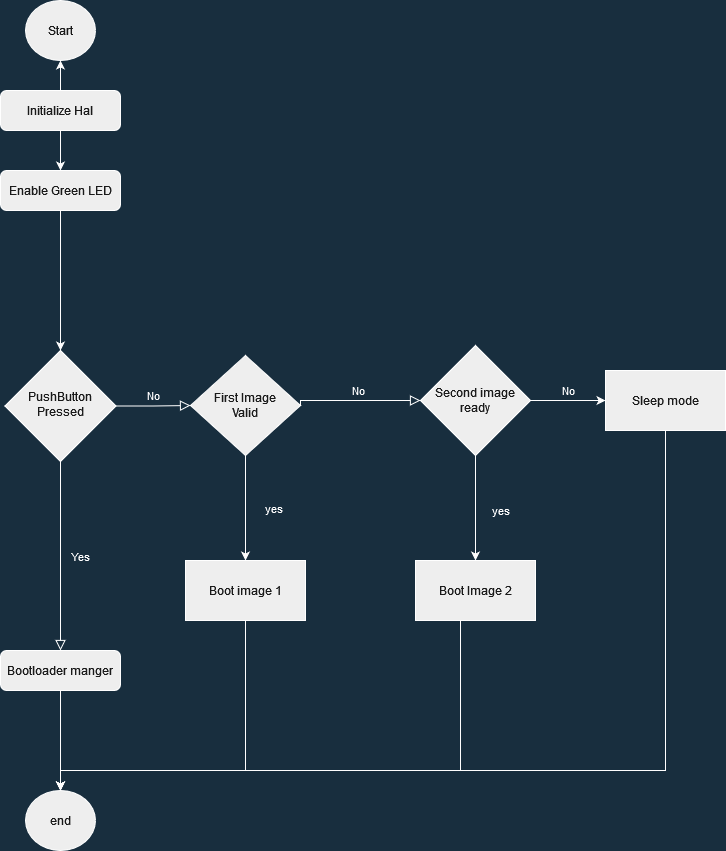
Before: imgs/Bootloader-manger-flowchart.png, a diagram exported from draw.io (ahmedessamwasfy/Custom-stm32f4-bootloader). Source tidied: cells renumbered, new cells last; positions are measured from the earlier drawing's top-left corner, leaving out a move shared by most shapes.
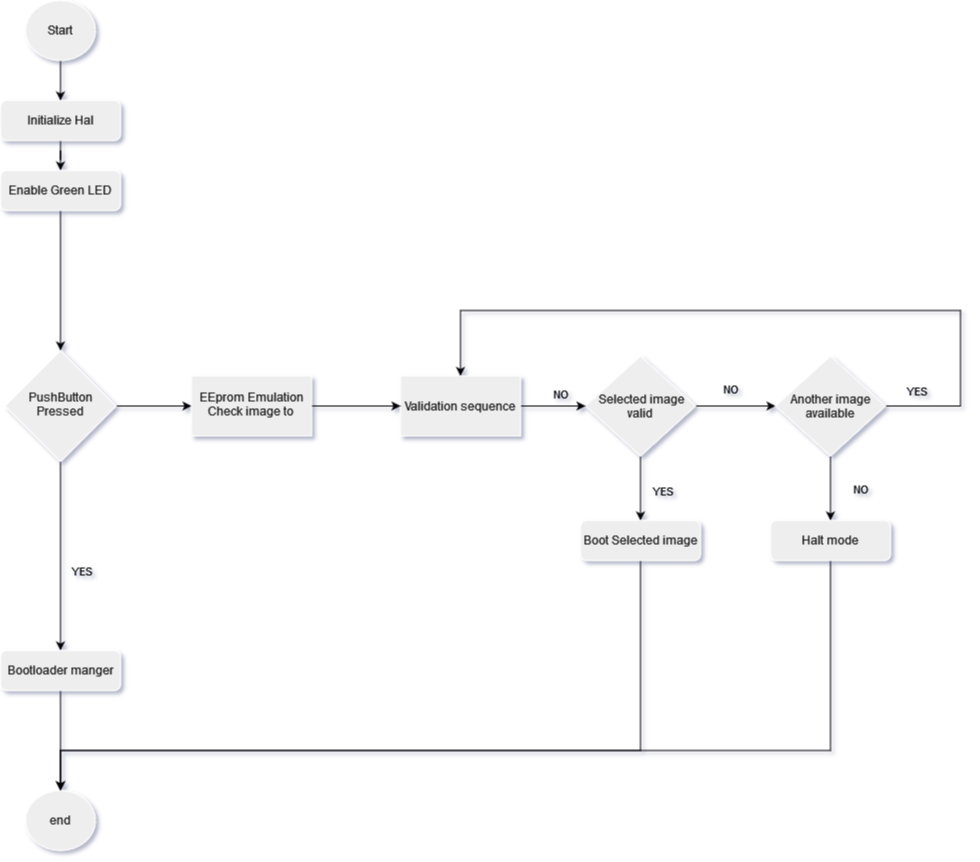
After the change.

The edit, as a diff of the source:
```diff
@@ -1,37 +1,42 @@
-<mxGraphModel background="#182E3E">
+<mxGraphModel background="#FFFFFF" shadow="1">
   <root>
     <mxCell id="0" />
     <mxCell id="1" parent="0" />
-    <mxCell id="2" style="edgeStyle=orthogonalEdgeStyle;rounded=0;jettySize=auto;html=1;strokeColor=#FFFFFF;fontColor=#FFFFFF;labelBackgroundColor=#182E3E;" parent="1" edge="1" source="4" target="10">
-      <mxGeometry relative="1" as="geometry" />
-    </mxCell>
-    <mxCell id="3" style="edgeStyle=orthogonalEdgeStyle;rounded=0;jettySize=auto;html=1;strokeColor=#FFFFFF;fontColor=#FFFFFF;labelBackgroundColor=#182E3E;" parent="1" edge="1" source="4" target="12">
+    <mxCell id="3" style="edgeStyle=orthogonalEdgeStyle;rounded=0;jettySize=auto;html=1;entryX=0.5;entryY=0;entryDx=0;entryDy=0;labelBackgroundColor=none;fontColor=#000000;" parent="1" edge="1" source="4" target="12">
       <mxGeometry relative="1" as="geometry" />
     </mxCell>
     <mxCell id="4" value="Initialize Hal " style="rounded=1;whiteSpace=wrap;html=1;fontSize=12;glass=0;strokeWidth=1;shadow=0;fillColor=#EEEEEE;strokeColor=#FFFFFF;fontColor=#1A1A1A;" parent="1" vertex="1">
-      <mxGeometry y="90" width="120" height="40" as="geometry" />
+      <mxGeometry y="100" width="120" height="40" as="geometry" />
     </mxCell>
+    <mxCell id="27" style="edgeStyle=orthogonalEdgeStyle;rounded=0;jettySize=auto;html=1;labelBackgroundColor=none;" parent="1" edge="1" source="7" target="35">
+      <mxGeometry relative="1" as="geometry" />
+    </mxCell>
-    <mxCell id="5" value="Yes" style="rounded=0;html=1;jettySize=auto;fontSize=11;endArrow=block;endFill=0;endSize=8;strokeWidth=1;shadow=0;labelBackgroundColor=none;edgeStyle=orthogonalEdgeStyle;entryX=0.5;entryY=0;entryDx=0;entryDy=0;strokeColor=#FFFFFF;fontColor=#FFFFFF;" parent="1" edge="1" source="7" target="9">
-      <mxGeometry y="20" relative="1" as="geometry" />
+    <mxCell id="5" style="edgeStyle=orthogonalEdgeStyle;rounded=0;jettySize=auto;html=1;entryX=0.5;entryY=0;entryDx=0;entryDy=0;labelBackgroundColor=none;fontColor=#000000;" parent="1" edge="1" source="7" target="9">
+      <mxGeometry relative="1" as="geometry" />
     </mxCell>
-    <mxCell id="6" value="No" style="edgeStyle=orthogonalEdgeStyle;rounded=0;html=1;jettySize=auto;fontSize=11;endArrow=block;endFill=0;endSize=8;strokeWidth=1;shadow=0;labelBackgroundColor=none;entryX=0;entryY=0.5;entryDx=0;entryDy=0;strokeColor=#FFFFFF;fontColor=#FFFFFF;" parent="1" edge="1" source="7" target="15">
-      <mxGeometry y="10" relative="1" as="geometry" />
-    </mxCell>
+    <mxCell id="28" value="&lt;div&gt;YES&lt;/div&gt;" style="edgeLabel;html=1;align=center;verticalAlign=middle;fontColor=#000000;rotation=0;labelBackgroundColor=none;" parent="5" vertex="1">
+      <mxGeometry x="-0.14" y="3" relative="1" as="geometry">
+        <mxPoint x="17" y="28" as="offset" />
+      </mxGeometry>
+    </mxCell>
     <mxCell id="7" value="&lt;div&gt;PushButton &lt;br&gt;&lt;/div&gt;&lt;div&gt;Pressed&lt;br&gt;&lt;/div&gt;" style="rhombus;whiteSpace=wrap;html=1;shadow=0;fontFamily=Helvetica;fontSize=12;align=center;strokeWidth=1;spacing=6;spacingTop=-4;fillColor=#EEEEEE;strokeColor=#FFFFFF;fontColor=#1A1A1A;" parent="1" vertex="1">
       <mxGeometry x="4.5" y="350" width="111" height="111" as="geometry" />
     </mxCell>
-    <mxCell id="8" style="edgeStyle=orthogonalEdgeStyle;rounded=0;jettySize=auto;html=1;align=left;strokeColor=#FFFFFF;fontColor=#FFFFFF;labelBackgroundColor=#182E3E;" parent="1" edge="1" source="9">
-      <mxGeometry relative="1" as="geometry">
-        <mxPoint x="60" y="790" as="targetPoint" />
-      </mxGeometry>
-    </mxCell>
+    <mxCell id="29" style="edgeStyle=orthogonalEdgeStyle;rounded=0;jettySize=auto;html=1;labelBackgroundColor=none;fontColor=#000000;" parent="1" edge="1" source="9">
+      <mxGeometry relative="1" as="geometry">
+        <mxPoint x="60" y="790" as="targetPoint" />
+      </mxGeometry>
+    </mxCell>
     <mxCell id="9" value="Bootloader manger" style="rounded=1;whiteSpace=wrap;html=1;fontSize=12;glass=0;strokeWidth=1;shadow=0;fillColor=#EEEEEE;strokeColor=#FFFFFF;fontColor=#1A1A1A;" parent="1" vertex="1">
       <mxGeometry y="650" width="120" height="40" as="geometry" />
     </mxCell>
+    <mxCell id="30" style="edgeStyle=orthogonalEdgeStyle;rounded=0;jettySize=auto;html=1;entryX=0.5;entryY=0;entryDx=0;entryDy=0;labelBackgroundColor=none;fontColor=#000000;" parent="1" edge="1" source="10" target="4">
+      <mxGeometry relative="1" as="geometry" />
+    </mxCell>
     <mxCell id="10" value="Start" style="ellipse;whiteSpace=wrap;html=1;rounded=1;shadow=0;strokeWidth=1;glass=0;fillColor=#EEEEEE;strokeColor=#FFFFFF;fontColor=#1A1A1A;" parent="1" vertex="1">
       <mxGeometry x="25" width="70" height="60" as="geometry" />
     </mxCell>
-    <mxCell id="11" style="edgeStyle=orthogonalEdgeStyle;rounded=0;jettySize=auto;html=1;strokeColor=#FFFFFF;fontColor=#FFFFFF;labelBackgroundColor=#182E3E;" parent="1" edge="1" source="12" target="7">
+    <mxCell id="11" style="edgeStyle=orthogonalEdgeStyle;rounded=0;jettySize=auto;html=1;entryX=0.5;entryY=0;entryDx=0;entryDy=0;labelBackgroundColor=none;fontColor=#000000;" parent="1" edge="1" source="12" target="7">
       <mxGeometry relative="1" as="geometry" />
     </mxCell>
     <mxCell id="12" value="Enable Green LED" style="whiteSpace=wrap;html=1;rounded=1;shadow=0;strokeWidth=1;glass=0;fillColor=#EEEEEE;strokeColor=#FFFFFF;fontColor=#1A1A1A;" parent="1" vertex="1">
@@ -40,67 +45,91 @@
     <mxCell id="13" style="edgeStyle=orthogonalEdgeStyle;rounded=0;orthogonalLoop=1;jettySize=auto;html=1;exitX=0.5;exitY=1;exitDx=0;exitDy=0;strokeColor=#FFFFFF;fontColor=#FFFFFF;labelBackgroundColor=#182E3E;" parent="1" edge="1" source="12" target="12">
       <mxGeometry relative="1" as="geometry" />
     </mxCell>
-    <mxCell id="14" value="&lt;div align=&quot;left&quot;&gt;yes &lt;br&gt;&lt;/div&gt;" style="edgeStyle=orthogonalEdgeStyle;rounded=0;jettySize=auto;html=1;align=left;strokeColor=#FFFFFF;fontColor=#FFFFFF;labelBackgroundColor=#182E3E;" parent="1" edge="1" source="15" target="17">
-      <mxGeometry y="18" relative="1" as="geometry" />
-    </mxCell>
+    <mxCell id="31" style="edgeStyle=orthogonalEdgeStyle;rounded=0;jettySize=auto;html=1;labelBackgroundColor=none;" parent="1" edge="1" source="15" target="38">
+      <mxGeometry relative="1" as="geometry" />
+    </mxCell>
+    <mxCell id="32" style="edgeStyle=orthogonalEdgeStyle;rounded=0;jettySize=auto;html=1;labelBackgroundColor=none;" parent="1" edge="1" source="15" target="42">
+      <mxGeometry relative="1" as="geometry" />
+    </mxCell>
-    <mxCell id="15" value="&lt;div&gt;First Image&lt;/div&gt;&lt;div&gt; Valid&lt;/div&gt;" style="rhombus;whiteSpace=wrap;html=1;fillColor=#EEEEEE;strokeColor=#FFFFFF;fontColor=#1A1A1A;" parent="1" vertex="1">
-      <mxGeometry x="190" y="355" width="110" height="100" as="geometry" />
+    <mxCell id="15" value="&amp;nbsp;Selected image valid" style="rhombus;whiteSpace=wrap;html=1;fillColor=#EEEEEE;strokeColor=#FFFFFF;fontColor=#1A1A1A;" parent="1" vertex="1">
+      <mxGeometry x="585" y="355.5" width="110" height="100" as="geometry" />
     </mxCell>
-    <mxCell id="16" style="edgeStyle=orthogonalEdgeStyle;rounded=0;jettySize=auto;html=1;align=left;entryX=0.5;entryY=0;entryDx=0;entryDy=0;strokeColor=#FFFFFF;fontColor=#FFFFFF;labelBackgroundColor=#182E3E;" parent="1" edge="1" source="17">
-      <mxGeometry relative="1" as="geometry">
-        <mxPoint x="60" y="790" as="targetPoint" />
-        <Array as="points">
-          <mxPoint x="245" y="770" />
-          <mxPoint x="60" y="770" />
-        </Array>
-      </mxGeometry>
-    </mxCell>
-    <mxCell id="17" value="Boot image 1" style="whiteSpace=wrap;html=1;fillColor=#EEEEEE;strokeColor=#FFFFFF;fontColor=#1A1A1A;" parent="1" vertex="1">
-      <mxGeometry x="185" y="560" width="120" height="60" as="geometry" />
-    </mxCell>
-    <mxCell id="18" value="yes" style="edgeStyle=orthogonalEdgeStyle;rounded=0;jettySize=auto;html=1;align=left;strokeColor=#FFFFFF;fontColor=#FFFFFF;labelBackgroundColor=#182E3E;" parent="1" edge="1" source="20" target="23">
-      <mxGeometry x="0.05" y="15" relative="1" as="geometry" />
-    </mxCell>
-    <mxCell id="19" value="No" style="edgeStyle=orthogonalEdgeStyle;rounded=0;jettySize=auto;html=1;align=left;strokeColor=#FFFFFF;fontColor=#FFFFFF;labelBackgroundColor=#182E3E;" parent="1" edge="1" source="20" target="25">
-      <mxGeometry x="-0.2" y="10" relative="1" as="geometry" />
-    </mxCell>
-    <mxCell id="20" value="&lt;div&gt;Second image&lt;/div&gt;&lt;div&gt;ready&lt;br&gt;&lt;/div&gt;" style="rhombus;whiteSpace=wrap;html=1;fillColor=#EEEEEE;strokeColor=#FFFFFF;fontColor=#1A1A1A;" parent="1" vertex="1">
-      <mxGeometry x="420" y="345" width="110" height="110" as="geometry" />
-    </mxCell>
-    <mxCell id="21" value="No" style="edgeStyle=orthogonalEdgeStyle;rounded=0;html=1;jettySize=auto;fontSize=11;endArrow=block;endFill=0;endSize=8;strokeWidth=1;shadow=0;labelBackgroundColor=none;entryX=0;entryY=0.5;entryDx=0;entryDy=0;exitX=1;exitY=0.5;exitDx=0;exitDy=0;strokeColor=#FFFFFF;fontColor=#FFFFFF;" parent="1" edge="1" source="15" target="20">
-      <mxGeometry y="10" relative="1" as="geometry">
-        <Array as="points">
-          <mxPoint x="320" y="400" />
-          <mxPoint x="320" y="400" />
-        </Array>
-      </mxGeometry>
-    </mxCell>
-    <mxCell id="22" style="edgeStyle=orthogonalEdgeStyle;rounded=0;jettySize=auto;html=1;entryX=0.5;entryY=0;entryDx=0;entryDy=0;align=left;strokeColor=#FFFFFF;fontColor=#FFFFFF;labelBackgroundColor=#182E3E;" parent="1" edge="1" source="23">
-      <mxGeometry relative="1" as="geometry">
-        <mxPoint x="60" y="790" as="targetPoint" />
-        <Array as="points">
-          <mxPoint x="460" y="770" />
-          <mxPoint x="60" y="770" />
-        </Array>
-      </mxGeometry>
-    </mxCell>
-    <mxCell id="23" value="Boot Image 2" style="whiteSpace=wrap;html=1;fillColor=#EEEEEE;strokeColor=#FFFFFF;fontColor=#1A1A1A;" parent="1" vertex="1">
-      <mxGeometry x="415" y="560" width="120" height="60" as="geometry" />
-    </mxCell>
-    <mxCell id="24" style="edgeStyle=orthogonalEdgeStyle;rounded=0;jettySize=auto;html=1;align=left;entryX=0.5;entryY=0;entryDx=0;entryDy=0;strokeColor=#FFFFFF;fontColor=#FFFFFF;labelBackgroundColor=#182E3E;" parent="1" edge="1" source="25">
-      <mxGeometry relative="1" as="geometry">
-        <mxPoint x="60" y="790" as="targetPoint" />
-        <Array as="points">
-          <mxPoint x="665" y="770" />
-          <mxPoint x="60" y="770" />
-        </Array>
-      </mxGeometry>
-    </mxCell>
+    <mxCell id="33" style="edgeStyle=orthogonalEdgeStyle;rounded=0;jettySize=auto;html=1;labelBackgroundColor=none;" parent="1" edge="1" source="25" target="15">
+      <mxGeometry relative="1" as="geometry" />
+    </mxCell>
-    <mxCell id="25" value="Sleep mode" style="whiteSpace=wrap;html=1;fillColor=#EEEEEE;strokeColor=#FFFFFF;fontColor=#1A1A1A;" parent="1" vertex="1">
-      <mxGeometry x="605" y="370" width="120" height="60" as="geometry" />
+    <mxCell id="25" value="Validation sequence" style="whiteSpace=wrap;html=1;fillColor=#EEEEEE;strokeColor=#FFFFFF;fontColor=#1A1A1A;" parent="1" vertex="1">
+      <mxGeometry x="400" y="375.5" width="120" height="60" as="geometry" />
     </mxCell>
     <mxCell id="26" value="&lt;div&gt;end&lt;/div&gt;" style="ellipse;whiteSpace=wrap;html=1;rounded=1;shadow=0;strokeWidth=1;glass=0;fillColor=#EEEEEE;strokeColor=#FFFFFF;fontColor=#1A1A1A;" parent="1" vertex="1">
       <mxGeometry x="25" y="790" width="70" height="60" as="geometry" />
     </mxCell>
+    <mxCell id="34" style="edgeStyle=orthogonalEdgeStyle;rounded=0;jettySize=auto;html=1;labelBackgroundColor=none;" parent="1" edge="1" source="35" target="25">
+      <mxGeometry relative="1" as="geometry" />
+    </mxCell>
+    <mxCell id="35" value="&lt;div&gt;EEprom Emulation&lt;/div&gt;&lt;div&gt;Check image to &lt;br&gt;&lt;/div&gt;" style="whiteSpace=wrap;html=1;shadow=0;fontColor=#1A1A1A;strokeColor=#FFFFFF;strokeWidth=1;fillColor=#EEEEEE;spacing=6;spacingTop=-4;" parent="1" vertex="1">
+      <mxGeometry x="191" y="375.5" width="120" height="60" as="geometry" />
+    </mxCell>
+    <mxCell id="36" style="edgeStyle=orthogonalEdgeStyle;rounded=0;jettySize=auto;html=1;entryX=0.5;entryY=0;entryDx=0;entryDy=0;labelBackgroundColor=none;" parent="1" edge="1" source="38" target="25">
+      <mxGeometry relative="1" as="geometry">
+        <Array as="points">
+          <mxPoint x="960" y="406" />
+          <mxPoint x="960" y="310" />
+          <mxPoint x="460" y="310" />
+        </Array>
+      </mxGeometry>
+    </mxCell>
+    <mxCell id="37" style="edgeStyle=orthogonalEdgeStyle;rounded=0;jettySize=auto;html=1;labelBackgroundColor=none;" parent="1" edge="1" source="38" target="40">
+      <mxGeometry relative="1" as="geometry" />
+    </mxCell>
+    <mxCell id="38" value="Another image available" style="rhombus;whiteSpace=wrap;html=1;fillColor=#EEEEEE;strokeColor=#FFFFFF;fontColor=#1A1A1A;" parent="1" vertex="1">
+      <mxGeometry x="775" y="355.5" width="110" height="100" as="geometry" />
+    </mxCell>
+    <mxCell id="39" style="edgeStyle=orthogonalEdgeStyle;rounded=0;jettySize=auto;html=1;entryX=0.5;entryY=0;entryDx=0;entryDy=0;labelBackgroundColor=none;" parent="1" edge="1" source="40" target="26">
+      <mxGeometry relative="1" as="geometry">
+        <Array as="points">
+          <mxPoint x="830" y="750" />
+          <mxPoint x="60" y="750" />
+        </Array>
+      </mxGeometry>
+    </mxCell>
+    <mxCell id="40" value="Halt mode" style="rounded=1;whiteSpace=wrap;html=1;fontSize=12;glass=0;strokeWidth=1;shadow=0;fillColor=#EEEEEE;strokeColor=#FFFFFF;fontColor=#1A1A1A;" parent="1" vertex="1">
+      <mxGeometry x="770" y="520" width="120" height="40" as="geometry" />
+    </mxCell>
+    <mxCell id="41" style="edgeStyle=orthogonalEdgeStyle;rounded=0;jettySize=auto;html=1;entryX=0.5;entryY=0;entryDx=0;entryDy=0;labelBackgroundColor=none;" parent="1" edge="1" source="42" target="26">
+      <mxGeometry relative="1" as="geometry">
+        <Array as="points">
+          <mxPoint x="640" y="750" />
+          <mxPoint x="60" y="750" />
+        </Array>
+      </mxGeometry>
+    </mxCell>
+    <mxCell id="42" value="Boot Selected image" style="rounded=1;whiteSpace=wrap;html=1;fontSize=12;glass=0;strokeWidth=1;shadow=0;fillColor=#EEEEEE;strokeColor=#FFFFFF;fontColor=#1A1A1A;" parent="1" vertex="1">
+      <mxGeometry x="580" y="520" width="120" height="40" as="geometry" />
+    </mxCell>
+    <mxCell id="43" value="YES" style="edgeLabel;html=1;align=center;verticalAlign=middle;fontColor=#000000;rotation=0;labelBackgroundColor=none;" parent="1" vertex="1">
+      <mxGeometry x="95" y="580" as="geometry">
+        <mxPoint x="566" y="-90" as="offset" />
+      </mxGeometry>
+    </mxCell>
+    <mxCell id="44" value="YES" style="edgeLabel;html=1;align=center;verticalAlign=middle;fontColor=#000000;rotation=0;labelBackgroundColor=none;" parent="1" vertex="1">
+      <mxGeometry x="160" y="480" as="geometry">
+        <mxPoint x="755" y="-90" as="offset" />
+      </mxGeometry>
+    </mxCell>
+    <mxCell id="45" value="&lt;div&gt;NO&lt;br&gt;&lt;/div&gt;" style="edgeLabel;html=1;align=center;verticalAlign=middle;fontColor=#000000;rotation=0;labelBackgroundColor=none;" parent="1" vertex="1">
+      <mxGeometry x="110" y="590" as="geometry">
+        <mxPoint x="619" y="-202" as="offset" />
+      </mxGeometry>
+    </mxCell>
+    <mxCell id="46" value="&lt;div&gt;NO&lt;br&gt;&lt;/div&gt;" style="edgeLabel;html=1;align=center;verticalAlign=middle;fontColor=#000000;rotation=0;labelBackgroundColor=none;" parent="1" vertex="1">
+      <mxGeometry x="240" y="690" as="geometry">
+        <mxPoint x="619" y="-202" as="offset" />
+      </mxGeometry>
+    </mxCell>
+    <mxCell id="47" value="&lt;div&gt;NO&lt;br&gt;&lt;/div&gt;" style="edgeLabel;html=1;align=center;verticalAlign=middle;fontColor=#000000;rotation=0;labelBackgroundColor=none;" parent="1" vertex="1">
+      <mxGeometry x="-60" y="595" as="geometry">
+        <mxPoint x="619" y="-202" as="offset" />
+      </mxGeometry>
+    </mxCell>
   </root>
 </mxGraphModel>
```
